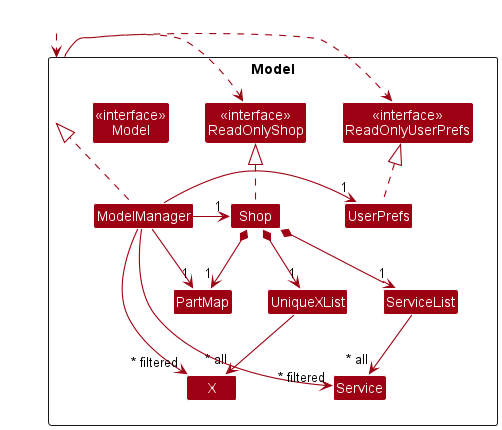
Above: docs/images/ModelClassDiagram.png in nus-cs2103-AY2223S2/tp (PlantUML), before the change. Its source is kept beside it as docs/diagrams/ModelClassDiagram.puml.
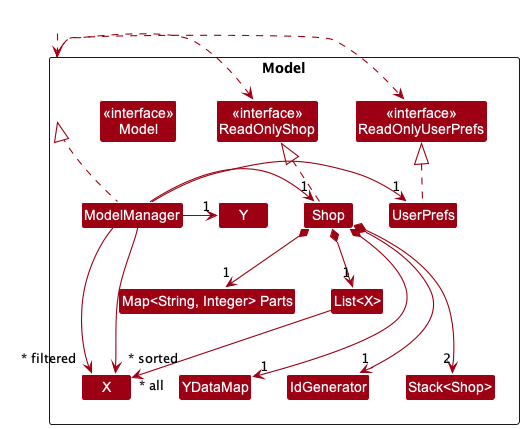
After the commit.

What changed in the source:
```diff
@@ -12,11 +12,13 @@
 Class ModelManager
 Class UserPrefs
 
-Class UniqueXList
+Class "List<X>"
 Class X
-Class Service
-Class PartMap
-Class ServiceList
+Class "Map<String, Integer> Parts"
+Class YDataMap
+Class Y
+Class IdGenerator
+Class "Stack<Shop>"
 }
 
 Class HiddenOutside #FFFFFF
@@ -27,19 +29,21 @@
 ModelManager .up.|> Model
 Model .right.> ReadOnlyUserPrefs
 Model .left.> ReadOnlyShop
-ModelManager -left-> "1" Shop
+ModelManager -right-> "1" Shop
 ModelManager -right-> "1" UserPrefs
+ModelManager -right-> "1" Y
 UserPrefs .up.|> ReadOnlyUserPrefs
 
-Shop *--> "1" UniqueXList
-Shop *--> "1" ServiceList
-UniqueXList --> "~* all" X
+Shop *--> "1" "List<X>"
+"List<X>" --> "~* all" X
 ModelManager -->"~* filtered" X
+ModelManager -->"~* sorted" X
 
-Shop *--> "1" PartMap
-ModelManager -->"1" PartMap
+Shop *--> "1" "Map<String, Integer> Parts"
+Shop *---> "1" YDataMap
+Shop *---> "1" IdGenerator
+Shop *---> "2" "Stack<Shop>"
 
-ServiceList --> "~* all" Service
-ModelManager -->"~* filtered" Service
+
 
 @enduml
```
